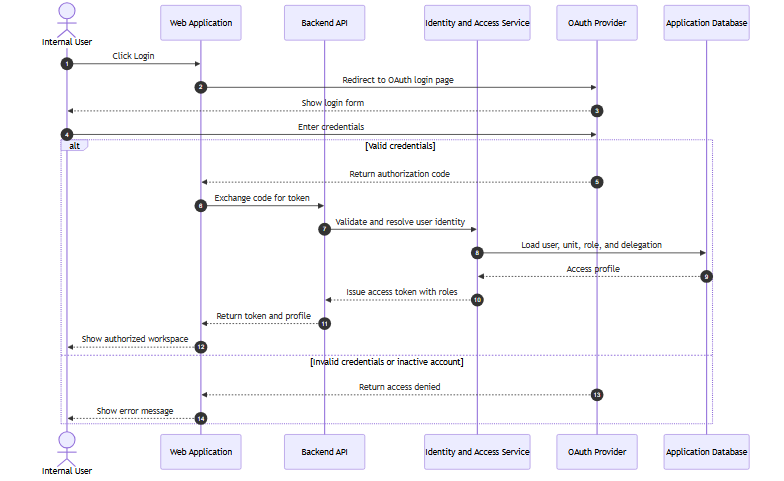
Above: report-diagrams/07-login-sequence.png in capmoo-capstone/report (Mermaid), before the change. Its source is kept beside it as report-diagrams/07-login-sequence.mmd.
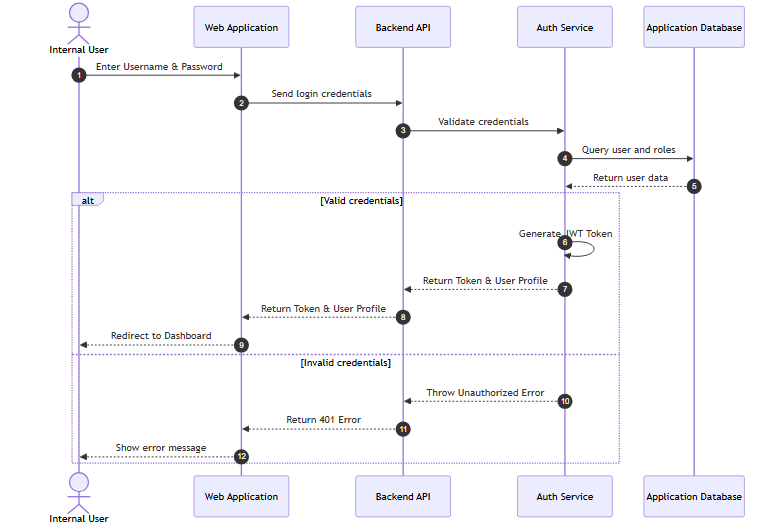
Later version of the same file.

The edit, as a diff of the source:
```diff
@@ -3,24 +3,21 @@
     actor User as Internal User
     participant Web as Web Application
     participant API as Backend API
-    participant Auth as Identity and Access Service
-    participant OAuth as OAuth Provider
+    participant Auth as Auth Service
     participant DB as Application Database
 
-    User->>Web: Click Login
-    Web->>OAuth: Redirect to OAuth login page
-    OAuth-->>User: Show login form
-    User->>OAuth: Enter credentials
+    User->>Web: Enter Username & Password
+    Web->>API: Send login credentials
+    API->>Auth: Validate credentials
+    Auth->>DB: Query user and roles
+    DB-->>Auth: Return user data
     alt Valid credentials
-        OAuth-->>Web: Return authorization code
-        Web->>API: Exchange code for token
-        API->>Auth: Validate and resolve user identity
-        Auth->>DB: Load user, unit, role, and delegation
-        DB-->>Auth: Access profile
-        Auth-->>API: Issue access token with roles
-        API-->>Web: Return token and profile
-        Web-->>User: Show authorized workspace
-    else Invalid credentials or inactive account
-        OAuth-->>Web: Return access denied
+        Auth->>Auth: Generate JWT Token
+        Auth-->>API: Return Token & User Profile
+        API-->>Web: Return Token & User Profile
+        Web-->>User: Redirect to Dashboard
+    else Invalid credentials
+        Auth-->>API: Throw Unauthorized Error
+        API-->>Web: Return 401 Error
         Web-->>User: Show error message
     end
```
